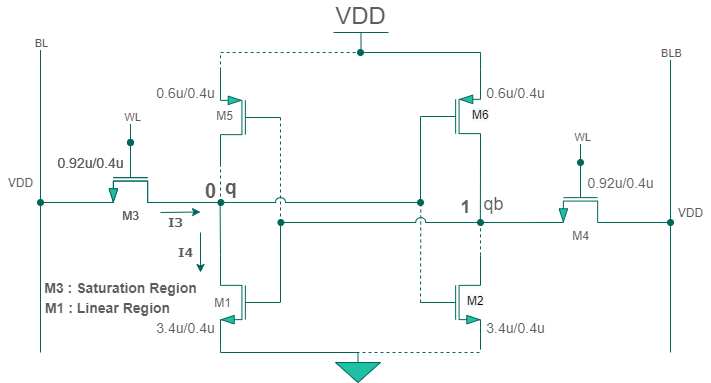
The draw.io diagram Images/READ.png in Khadgaray/6T_SRAM, before a commit. Source tidied: cells renumbered, new cells last; positions are measured from the earlier drawing's top-left corner, leaving out a move shared by most shapes.
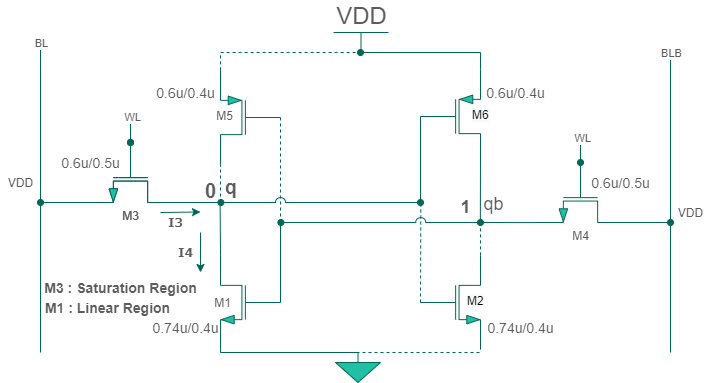
After the change.

The edit, as a diff of the source:
```diff
@@ -133,17 +133,17 @@
         <mxPoint x="1" as="offset" />
       </mxGeometry>
     </mxCell>
-    <mxCell id="31" value="0.92u/0.4u" style="text;html=1;align=center;verticalAlign=middle;fillColor=none;strokeColor=none;rounded=0;fontSize=14;fontColor=#5C5C5C;" parent="1" vertex="1">
-      <mxGeometry x="50" y="120" width="80" height="20" as="geometry" />
+    <mxCell id="31" value="0.6u/0.5u" style="text;html=1;align=center;verticalAlign=middle;fillColor=none;strokeColor=none;rounded=0;fontSize=14;fontColor=#5C5C5C;" parent="1" vertex="1">
+      <mxGeometry x="55" y="120" width="70" height="20" as="geometry" />
     </mxCell>
-    <mxCell id="32" value="0.92u/0.4u" style="text;html=1;align=center;verticalAlign=middle;fillColor=none;strokeColor=none;rounded=0;strokeWidth=1;fontSize=14;fontColor=#5C5C5C;" parent="1" vertex="1">
-      <mxGeometry x="580" y="140" width="80" height="20" as="geometry" />
+    <mxCell id="32" value="0.6u/0.5u" style="text;html=1;align=center;verticalAlign=middle;fillColor=none;strokeColor=none;rounded=0;strokeWidth=1;fontSize=14;fontColor=#5C5C5C;" parent="1" vertex="1">
+      <mxGeometry x="585" y="140" width="70" height="20" as="geometry" />
     </mxCell>
-    <mxCell id="33" value="3.4u/0.4u" style="text;html=1;align=center;verticalAlign=middle;fillColor=none;strokeColor=none;rounded=0;fontSize=14;fontColor=#5C5C5C;" parent="1" vertex="1">
-      <mxGeometry x="150" y="285" width="70" height="20" as="geometry" />
+    <mxCell id="33" value="0.74u/0.4u" style="text;html=1;align=center;verticalAlign=middle;fillColor=none;strokeColor=none;rounded=0;fontSize=14;fontColor=#5C5C5C;" parent="1" vertex="1">
+      <mxGeometry x="145" y="285" width="80" height="20" as="geometry" />
     </mxCell>
-    <mxCell id="34" value="3.4u/0.4u" style="text;html=1;align=center;verticalAlign=middle;fillColor=none;strokeColor=none;rounded=0;fontSize=14;fontColor=#5C5C5C;" parent="1" vertex="1">
-      <mxGeometry x="480" y="285" width="70" height="20" as="geometry" />
+    <mxCell id="34" value="0.74u/0.4u" style="text;html=1;align=center;verticalAlign=middle;fillColor=none;strokeColor=none;rounded=0;fontSize=14;fontColor=#5C5C5C;" parent="1" vertex="1">
+      <mxGeometry x="480" y="285" width="80" height="20" as="geometry" />
     </mxCell>
     <mxCell id="35" value="0.6u/0.4u" style="text;html=1;align=center;verticalAlign=middle;fillColor=none;strokeColor=none;rounded=0;fontSize=14;fontColor=#5C5C5C;" parent="1" vertex="1">
       <mxGeometry x="150" y="50" width="70" height="20" as="geometry" />
@@ -256,9 +256,6 @@
     <mxCell id="58" value="M3" style="verticalLabelPosition=bottom;shadow=0;dashed=0;align=center;html=1;verticalAlign=top;shape=mxgraph.electrical.transistors.nmos;direction=south;fillColor=#21C0A5;strokeColor=#006658;fontColor=#5C5C5C;" parent="1" vertex="1">
       <mxGeometry x="80" y="110" width="100" height="60" as="geometry" />
     </mxCell>
-    <mxCell id="59" value="0.92u/0.4u" style="text;html=1;align=center;verticalAlign=middle;fillColor=none;strokeColor=none;rounded=0;fontSize=14;fontColor=#5C5C5C;" parent="1" vertex="1">
-      <mxGeometry x="50" y="120" width="80" height="20" as="geometry" />
-    </mxCell>
     <mxCell id="60" value="M3 : Saturation Region&lt;br style=&quot;font-size: 14px;&quot;&gt;" style="text;html=1;align=center;verticalAlign=middle;strokeColor=none;fontSize=14;fontColor=#5C5C5C;fontStyle=1;" parent="1" vertex="1">
       <mxGeometry x="35" y="245" width="170" height="20" as="geometry" />
     </mxCell>
```
